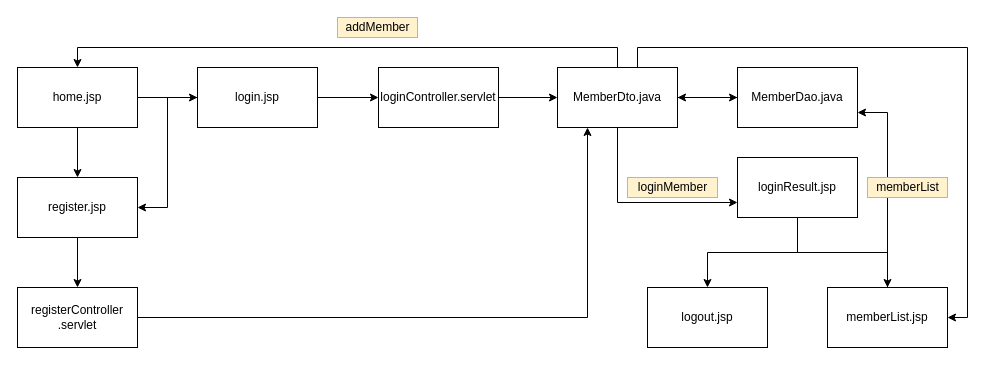
This is Untitled Diagram.drawio from dailyzett/sample-code, a draw.io file, before an edit. Source tidied: cells renumbered, new cells numbered last; positions are measured from the earlier drawing's top-left corner, leaving out a move shared by most shapes. Both pictures are drawn from the tidied source at 100%, with x=0, y=0 at pixel (17, 17).
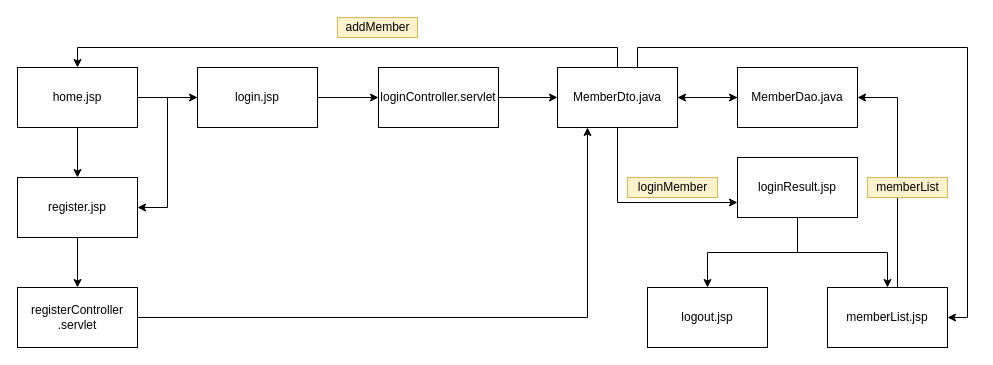
After the change.

Commit message:
login 클래스 흐름도[jsp]

The change refers to these unchanged cells:
```xml
<mxCell id="18" value="MemberDao.java" style="rounded=0;whiteSpace=wrap;html=1;" parent="1" vertex="1">
  <mxGeometry x="720" y="50" width="120" height="60" as="geometry" />
</mxCell>
<mxCell id="26" value="memberList.jsp" style="rounded=0;whiteSpace=wrap;html=1;" parent="1" vertex="1">
  <mxGeometry x="810" y="270" width="120" height="60" as="geometry" />
</mxCell>
```

Diff of the diagram source:
```diff
@@
-    <mxCell id="25" style="edgeStyle=orthogonalEdgeStyle;rounded=0;jettySize=auto;html=1;entryX=1;entryY=0.75;entryDx=0;entryDy=0;" parent="1" edge="1" source="26" target="18">
-      <mxGeometry relative="1" as="geometry" />
+    <mxCell id="25" style="edgeStyle=orthogonalEdgeStyle;rounded=0;jettySize=auto;html=1;entryX=1;entryY=0.5;entryDx=0;entryDy=0;" parent="1" edge="1" source="26" target="18">
+      <mxGeometry relative="1" as="geometry">
+        <Array as="points">
+          <mxPoint x="880" y="80" />
+        </Array>
+      </mxGeometry>
     </mxCell>
```
